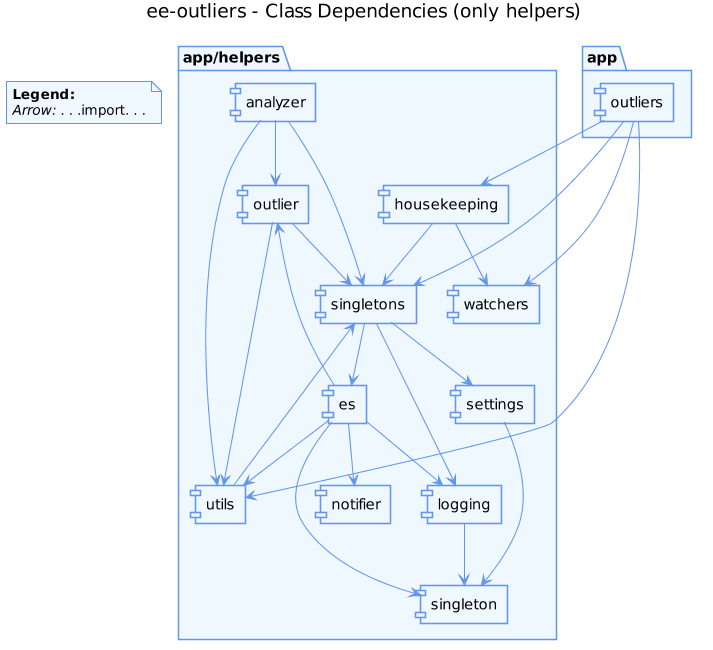
Above: documentation/UML/uml_class_dependencies_only_helpers.png in NVISOsecurity/ee-outliers (PlantUML), before the change. The source it was exported from:
```plantuml
@startuml
skinparam shadowing false

skinparam dpi 100

skinparam package {
  BackgroundColor AliceBlue
  ArrowColor CornflowerBlue
  BorderColor CornflowerBlue
}

skinparam component {
  BackgroundColor AliceBlue
  ArrowColor CornflowerBlue
  BorderColor CornflowerBlue
}

skinparam note {
  BackgroundColor AliceBlue
  ArrowColor CornflowerBlue
  BorderColor CornflowerBlue
}

skinparam stereotypeCBackgroundColor OldLace

title ee-outliers - Class Dependencies (only helpers)

package "app" {
  [outliers]
}

package "app/helpers" {
  [analyzer]
  [es]
  [housekeeping]
  [logging]
  [notifier]
  [outlier]
  [settings]
  [singleton]
  [singletons]
  [watchers]
  [utils]
}

[outliers] --> [singletons]
[outliers] --> [utils]
[outliers] --> [housekeeping]
[outliers] --> [watchers]

[singletons] --> [settings]
[singletons] --> [logging]
[singletons] --> [es]

[settings] --> [singleton]

[utils] --> [singletons]

[outlier] --> [singletons]
[outlier] --> [utils]

[logging] --> [singleton]

[housekeeping] --> [singletons]
[housekeeping] --> [watchers]

[es] --> [singleton]
[es] --> [notifier]
[es] --> [utils]
[es] --> [logging]
[es] --> [outlier]

[analyzer] --> [singletons]
[analyzer] --> [utils]
[analyzer] --> [outlier]

note as N1
    <b>Legend:</b>
    //Arrow:// . . .import. . .
end note
@enduml
```
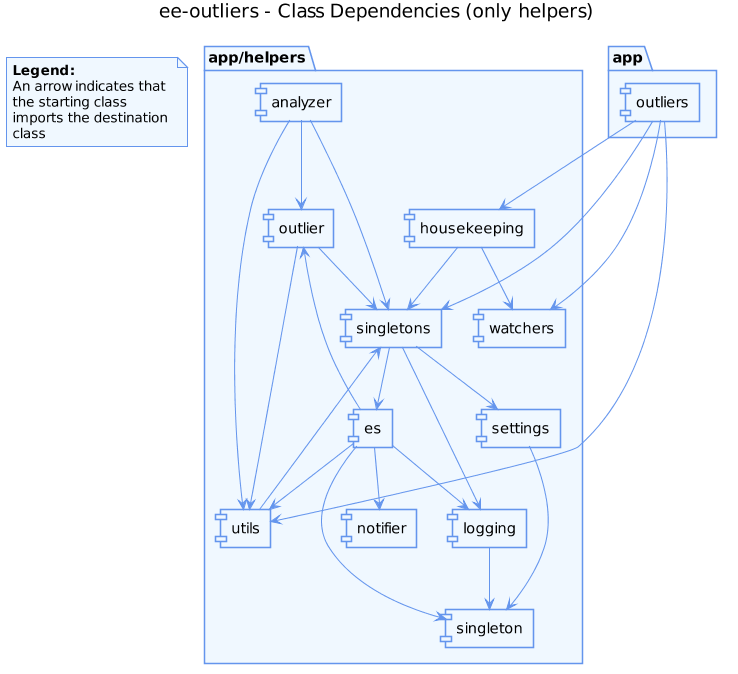
The same file after the commit.

The edit, as a diff of the source:
```diff
@@ -76,6 +76,9 @@
 
 note as N1
     <b>Legend:</b>
-    //Arrow:// . . .import. . .
+    An arrow indicates that
+    the starting class
+    imports the destination
+    class
 end note
 @enduml
```
